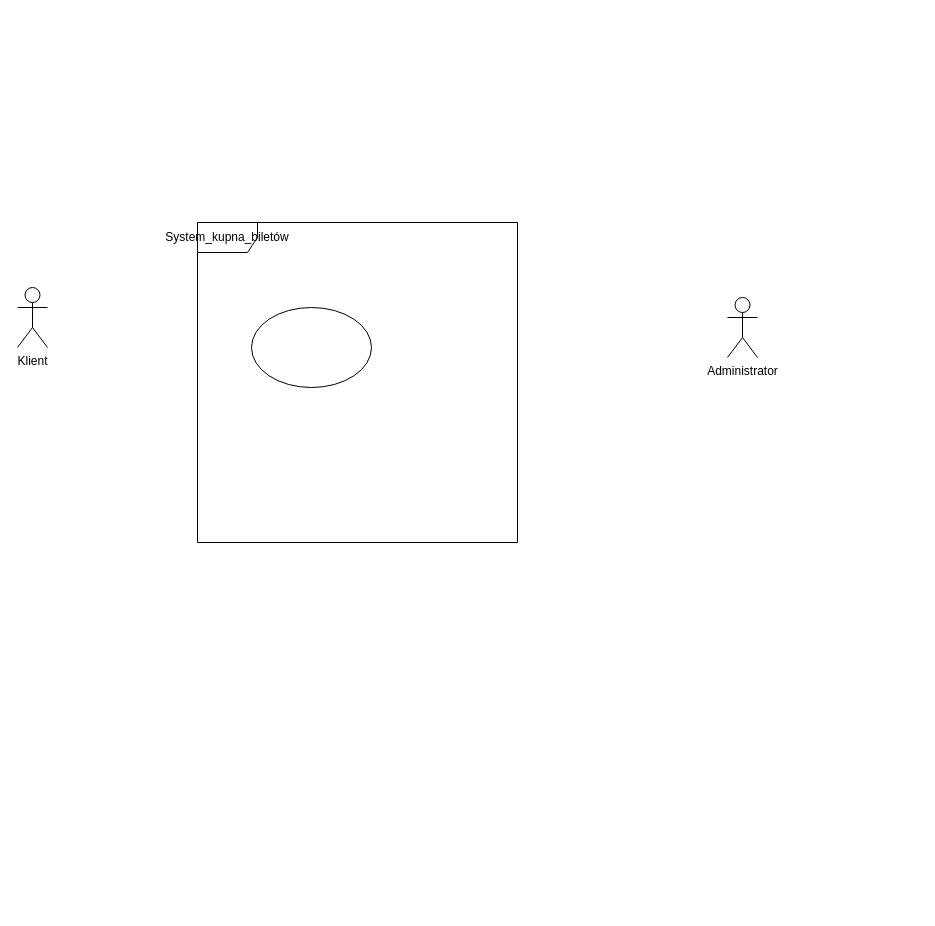
The draw.io diagram SPR03_Bieniaszewski_Drząszcz.drawio in imgres2002/projekt_PSI, before the edit. Source tidied: cells renumbered, new cells numbered last; positions are measured from the earlier drawing's top-left corner, leaving out a move shared by most shapes. Both pictures are drawn from the tidied source at 100%, with x=0, y=0 at pixel (17, 222).
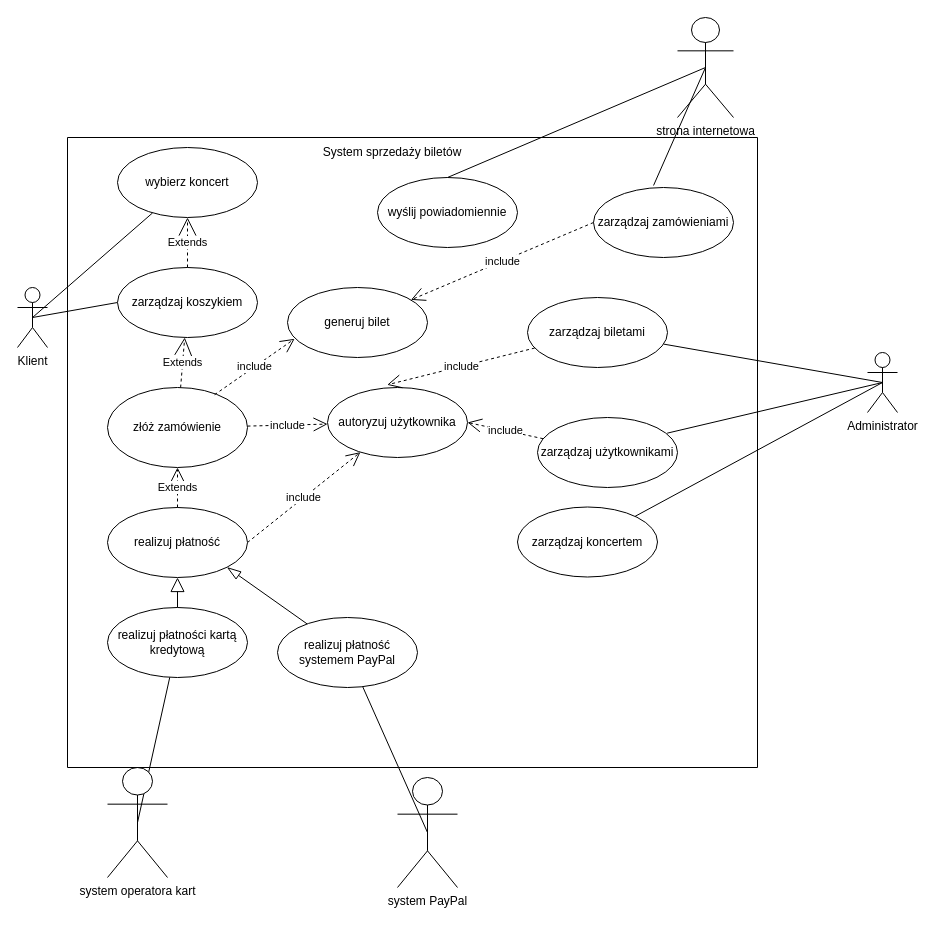
After the change.

Unchanged cells that the change refers to:
```xml
<mxCell id="2" value="Klient" style="shape=umlActor;verticalLabelPosition=bottom;verticalAlign=top;html=1;outlineConnect=0;" parent="1" vertex="1">
  <mxGeometry y="65" width="30" height="60" as="geometry" />
</mxCell>
```

Diff of the diagram source:
```diff
@@
-    <mxCell id="3" value="System_kupna_biletów" style="shape=umlFrame;whiteSpace=wrap;html=1;" parent="1" vertex="1">
-      <mxGeometry x="180" width="320" height="320" as="geometry" />
-    </mxCell>
     <mxCell id="4" value="Administrator" style="shape=umlActor;verticalLabelPosition=bottom;verticalAlign=top;html=1;" parent="1" vertex="1">
-      <mxGeometry x="710" y="75" width="30" height="60" as="geometry" />
+      <mxGeometry x="850" y="130" width="30" height="60" as="geometry" />
     </mxCell>
-    <mxCell id="5" style="ellipse;whiteSpace=wrap;html=1;" parent="1" vertex="1">
-      <mxGeometry x="234" y="85" width="120" height="80" as="geometry" />
-    </mxCell>
+    <mxCell id="6" value="realizuj płatności kartą kredytową" style="ellipse;whiteSpace=wrap;html=1;" parent="1" vertex="1">
+      <mxGeometry x="90" y="385" width="140" height="70" as="geometry" />
+    </mxCell>
+    <mxCell id="7" value="autoryzuj użytkownika" style="ellipse;whiteSpace=wrap;html=1;" parent="1" vertex="1">
+      <mxGeometry x="310" y="165" width="140" height="70" as="geometry" />
+    </mxCell>
+    <mxCell id="8" style="rounded=0;jettySize=auto;html=1;exitX=0.5;exitY=0.5;exitDx=0;exitDy=0;exitPerimeter=0;endArrow=none;endFill=0;" parent="1" edge="1" source="9" target="6">
+      <mxGeometry relative="1" as="geometry" />
+    </mxCell>
+    <mxCell id="9" value="system operatora kart" style="shape=umlActor;verticalLabelPosition=bottom;verticalAlign=top;html=1;" parent="1" vertex="1">
+      <mxGeometry x="90" y="545" width="60" height="110" as="geometry" />
+    </mxCell>
+    <mxCell id="10" style="rounded=0;jettySize=auto;html=1;exitX=0.5;exitY=0.5;exitDx=0;exitDy=0;exitPerimeter=0;endArrow=none;endFill=0;" parent="1" edge="1" source="11" target="12">
+      <mxGeometry relative="1" as="geometry" />
+    </mxCell>
+    <mxCell id="11" value="system PayPal" style="shape=umlActor;verticalLabelPosition=bottom;verticalAlign=top;html=1;" parent="1" vertex="1">
+      <mxGeometry x="380" y="555" width="60" height="110" as="geometry" />
+    </mxCell>
+    <mxCell id="12" value="realizuj płatność systemem PayPal" style="ellipse;whiteSpace=wrap;html=1;" parent="1" vertex="1">
+      <mxGeometry x="260" y="395" width="140" height="70" as="geometry" />
+    </mxCell>
+    <mxCell id="13" style="endArrow=block;endFill=0;endSize=12;html=1;rounded=0;exitX=0.5;exitY=0;exitDx=0;exitDy=0;" parent="1" edge="1" source="6" target="31">
+      <mxGeometry relative="1" as="geometry" />
+    </mxCell>
+    <mxCell id="14" style="endArrow=blockThin;endFill=0;endSize=12;html=1;rounded=0;entryX=1;entryY=1;entryDx=0;entryDy=0;" parent="1" edge="1" source="12" target="31">
+      <mxGeometry relative="1" as="geometry" />
+    </mxCell>
+    <mxCell id="15" value="include" style="endArrow=open;endSize=12;dashed=1;html=1;rounded=0;exitX=1;exitY=0.5;exitDx=0;exitDy=0;" parent="1" edge="1" source="31" target="7">
+      <mxGeometry relative="1" as="geometry" />
+    </mxCell>
+    <mxCell id="16" value="include" style="endArrow=open;endSize=12;dashed=1;html=1;rounded=0;" parent="1" edge="1" source="30" target="7">
+      <mxGeometry relative="1" as="geometry" />
+    </mxCell>
+    <mxCell id="17" value="strona internetowa" style="shape=umlActor;verticalLabelPosition=bottom;verticalAlign=top;html=1;" parent="1" vertex="1">
+      <mxGeometry x="660" y="-205" width="56" height="100" as="geometry" />
+    </mxCell>
+    <mxCell id="18" value="include" style="endArrow=open;endSize=12;dashed=1;html=1;rounded=0;entryX=1;entryY=0.5;entryDx=0;entryDy=0;" parent="1" edge="1" source="26" target="7">
+      <mxGeometry relative="1" as="geometry" />
+    </mxCell>
+    <mxCell id="19" value="include" style="endArrow=open;endSize=12;dashed=1;html=1;rounded=0;entryX=0.426;entryY=-0.038;entryDx=0;entryDy=0;entryPerimeter=0;" parent="1" edge="1" source="27" target="7">
+      <mxGeometry relative="1" as="geometry" />
+    </mxCell>
+    <mxCell id="20" style="rounded=0;jettySize=auto;html=1;endArrow=none;endFill=0;entryX=0.926;entryY=0.224;entryDx=0;entryDy=0;entryPerimeter=0;exitX=0.5;exitY=0.5;exitDx=0;exitDy=0;exitPerimeter=0;" parent="1" edge="1" source="4" target="26">
+      <mxGeometry relative="1" as="geometry" />
+    </mxCell>
+    <mxCell id="21" style="rounded=0;jettySize=auto;html=1;endArrow=none;endFill=0;exitX=0.5;exitY=0.5;exitDx=0;exitDy=0;exitPerimeter=0;" parent="1" edge="1" source="4" target="27">
+      <mxGeometry relative="1" as="geometry" />
+    </mxCell>
+    <mxCell id="22" style="rounded=0;jettySize=auto;html=1;exitX=0;exitY=0.5;exitDx=0;exitDy=0;endArrow=none;endFill=0;entryX=0.5;entryY=0.5;entryDx=0;entryDy=0;entryPerimeter=0;" parent="1" edge="1" source="36" target="2">
+      <mxGeometry relative="1" as="geometry" />
+    </mxCell>
+    <mxCell id="23" style="rounded=0;jettySize=auto;html=1;endArrow=none;endFill=0;entryX=0.5;entryY=0.5;entryDx=0;entryDy=0;entryPerimeter=0;" parent="1" edge="1" source="29" target="2">
+      <mxGeometry relative="1" as="geometry" />
+    </mxCell>
+    <mxCell id="24" style="swimlane;startSize=0;" parent="1" vertex="1">
+      <mxGeometry x="50" y="-85" width="690" height="630" as="geometry" />
+    </mxCell>
+    <mxCell id="25" value="System sprzedaży biletów" style="text;html=1;strokeColor=none;fillColor=none;align=center;verticalAlign=middle;whiteSpace=wrap;rounded=0;" parent="24" vertex="1">
+      <mxGeometry x="210" width="230" height="30" as="geometry" />
+    </mxCell>
+    <mxCell id="26" value="zarządzaj użytkownikami" style="ellipse;whiteSpace=wrap;html=1;" parent="24" vertex="1">
+      <mxGeometry x="470" y="280" width="140" height="70" as="geometry" />
+    </mxCell>
+    <mxCell id="27" value="zarządzaj biletami" style="ellipse;whiteSpace=wrap;html=1;" parent="24" vertex="1">
+      <mxGeometry x="460" y="160" width="140" height="70" as="geometry" />
+    </mxCell>
+    <mxCell id="28" value="zarządzaj koncertem" style="ellipse;whiteSpace=wrap;html=1;" parent="24" vertex="1">
+      <mxGeometry x="450" y="369.5" width="140" height="70" as="geometry" />
+    </mxCell>
+    <mxCell id="29" value="wybierz koncert" style="ellipse;whiteSpace=wrap;html=1;" parent="24" vertex="1">
+      <mxGeometry x="50" y="10" width="140" height="70" as="geometry" />
+    </mxCell>
+    <mxCell id="30" value="złóż zamówienie" style="ellipse;whiteSpace=wrap;html=1;" parent="24" vertex="1">
+      <mxGeometry x="40" y="250" width="140" height="80" as="geometry" />
+    </mxCell>
+    <mxCell id="31" value="realizuj płatność" style="ellipse;whiteSpace=wrap;html=1;" parent="24" vertex="1">
+      <mxGeometry x="40" y="370" width="140" height="70" as="geometry" />
+    </mxCell>
+    <mxCell id="32" value="Extends" style="endArrow=open;endSize=16;endFill=0;html=1;rounded=0;exitX=0.5;exitY=0;exitDx=0;exitDy=0;entryX=0.5;entryY=1;entryDx=0;entryDy=0;dashed=1;" parent="24" edge="1" source="31" target="30">
+      <mxGeometry relative="1" as="geometry" />
+    </mxCell>
+    <mxCell id="33" value="wyślij powiadomiennie" style="ellipse;whiteSpace=wrap;html=1;" parent="24" vertex="1">
+      <mxGeometry x="310" y="40" width="140" height="70" as="geometry" />
+    </mxCell>
+    <mxCell id="34" value="generuj bilet" style="ellipse;whiteSpace=wrap;html=1;" parent="24" vertex="1">
+      <mxGeometry x="220" y="150" width="140" height="70" as="geometry" />
+    </mxCell>
+    <mxCell id="35" value="include" style="endArrow=open;endSize=12;dashed=1;html=1;rounded=0;exitX=0.765;exitY=0.09;exitDx=0;exitDy=0;exitPerimeter=0;entryX=0.051;entryY=0.733;entryDx=0;entryDy=0;entryPerimeter=0;" parent="24" edge="1" source="30" target="34">
+      <mxGeometry relative="1" as="geometry" />
+    </mxCell>
+    <mxCell id="36" value="zarządzaj koszykiem" style="ellipse;whiteSpace=wrap;html=1;" parent="24" vertex="1">
+      <mxGeometry x="50" y="130" width="140" height="70" as="geometry" />
+    </mxCell>
+    <mxCell id="37" value="Extends" style="endArrow=open;endSize=16;endFill=0;html=1;rounded=0;dashed=1;" parent="24" edge="1" source="30" target="36">
+      <mxGeometry relative="1" as="geometry" />
+    </mxCell>
+    <mxCell id="38" value="Extends" style="endArrow=open;endSize=16;endFill=0;html=1;rounded=0;dashed=1;" parent="24" edge="1" source="36" target="29">
+      <mxGeometry relative="1" as="geometry" />
+    </mxCell>
+    <mxCell id="39" value="zarządzaj zamówieniami" style="ellipse;whiteSpace=wrap;html=1;" parent="24" vertex="1">
+      <mxGeometry x="526" y="50" width="140" height="70" as="geometry" />
+    </mxCell>
+    <mxCell id="40" value="include" style="endArrow=open;endSize=12;dashed=1;html=1;rounded=0;exitX=0;exitY=0.5;exitDx=0;exitDy=0;" parent="24" edge="1" source="39" target="34">
+      <mxGeometry relative="1" as="geometry" />
+    </mxCell>
+    <mxCell id="41" style="rounded=0;jettySize=auto;html=1;endArrow=none;endFill=0;exitX=0.5;exitY=0.5;exitDx=0;exitDy=0;exitPerimeter=0;" parent="1" edge="1" source="4" target="28">
+      <mxGeometry relative="1" as="geometry" />
+    </mxCell>
+    <mxCell id="42" style="rounded=0;jettySize=auto;html=1;endArrow=none;endFill=0;entryX=0.5;entryY=0;entryDx=0;entryDy=0;exitX=0.5;exitY=0.5;exitDx=0;exitDy=0;exitPerimeter=0;" parent="1" edge="1" source="17" target="33">
+      <mxGeometry relative="1" as="geometry" />
+    </mxCell>
+    <mxCell id="43" style="rounded=0;jettySize=auto;html=1;endArrow=none;endFill=0;entryX=0.429;entryY=-0.029;entryDx=0;entryDy=0;exitX=0.5;exitY=0.5;exitDx=0;exitDy=0;exitPerimeter=0;entryPerimeter=0;" parent="1" edge="1" source="17" target="39">
+      <mxGeometry relative="1" as="geometry" />
+    </mxCell>
```
